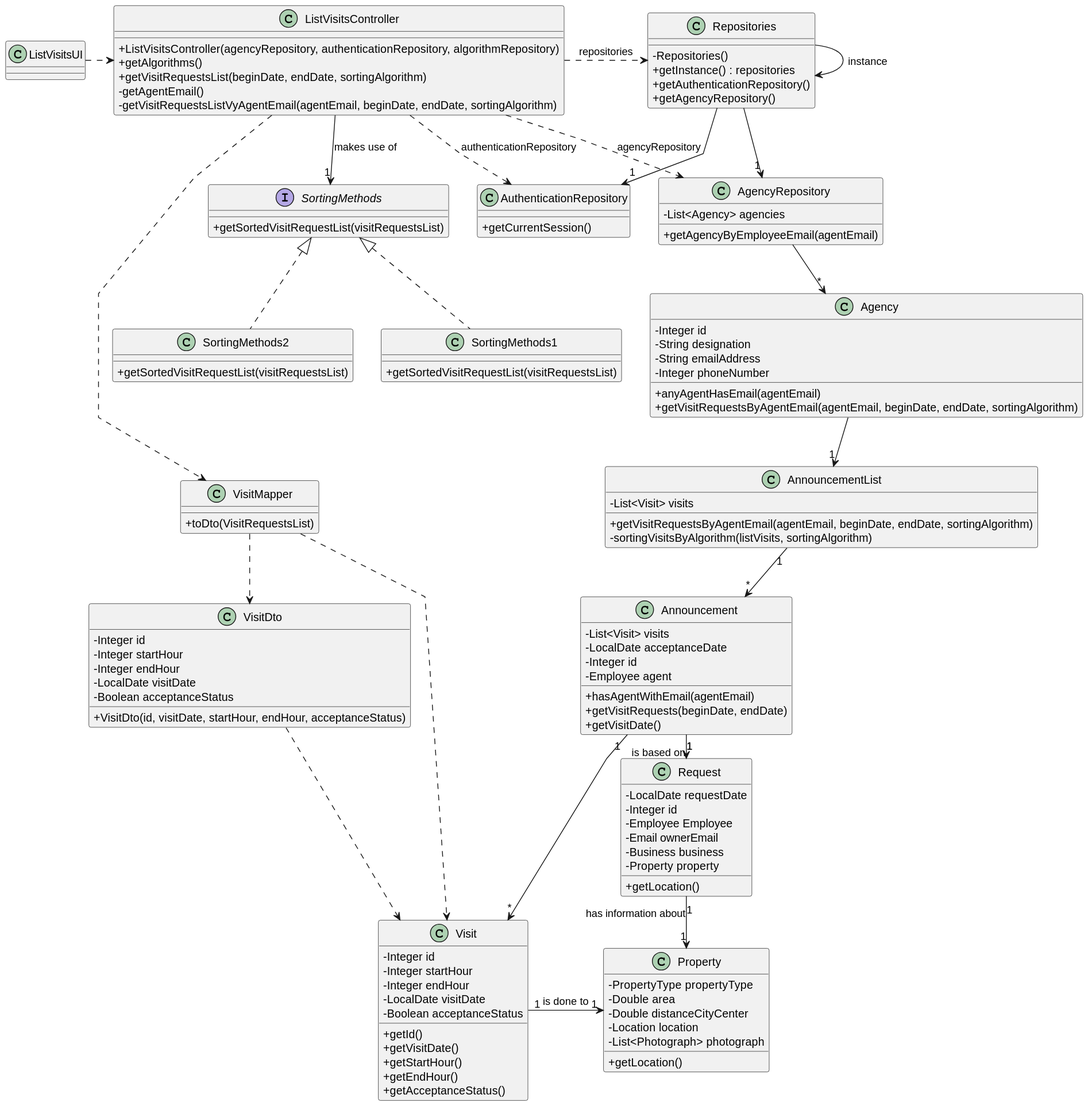
Above: docs/sprintD/us015/03.design/svg/us015-class-diagram.svg in rita-barbosa/LAPR2-2223 (PlantUML), before the change.
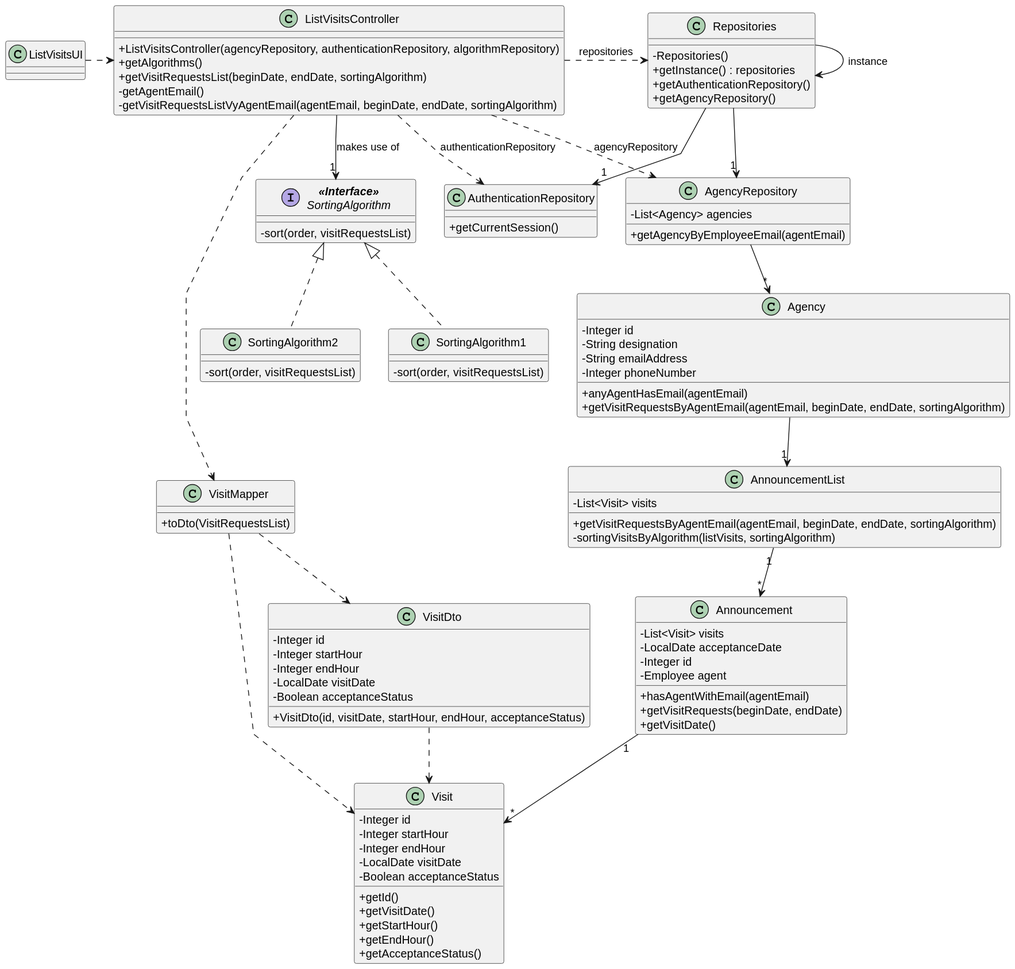
After the change.

Commit message:
Update Class Diagram + SVG [US015][Design]

The edit, as a diff of the source:
```diff
@@ -87,38 +87,19 @@
 +VisitDto(id, visitDate, startHour, endHour, acceptanceStatus)
 }
 
-class Request{
-- LocalDate requestDate
-- Integer id
-- Employee Employee
-- Email ownerEmail
-- Business business
-- Property property
 
-+getLocation()
+
+
+interface SortingAlgorithm  as "<b><<Interface>></b>\nSortingAlgorithm" {
+    - sort(order, visitRequestsList)
 }
 
-class Property{
-- PropertyType propertyType
-- Double area
-- Double distanceCityCenter
-- Location location
-- List<Photograph> photograph
-
-+getLocation()
+class SortingAlgorithm1 implements SortingAlgorithm{
+-sort(order, visitRequestsList)
 }
 
-
-interface SortingMethods{
-+getSortedVisitRequestList(visitRequestsList)
-}
-
-class SortingMethods1 implements SortingMethods{
-+getSortedVisitRequestList(visitRequestsList)
-}
-
-class SortingMethods2 implements SortingMethods{
-+getSortedVisitRequestList(visitRequestsList)
+class SortingAlgorithm2 implements SortingAlgorithm{
+-sort(order, visitRequestsList)
 }
 
 
@@ -146,8 +127,5 @@
 Agency --> "1" AnnouncementList
 AnnouncementList "1" --> "*" Announcement
 Announcement "1"--> "*" Visit
-ListVisitsController --> "1"SortingMethods : makes use of
-Announcement "1" -> "1" Request : is based on
-Request "1" -> "1" Property : has information about
-Visit "1" -> "1" Property : is done to
+ListVisitsController --> "1"SortingAlgorithm : makes use of
 @enduml
```
